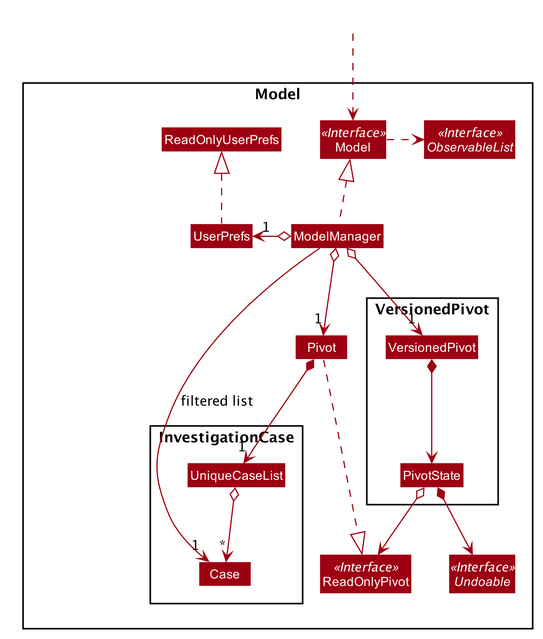
nus-cs2103-AY2021S1/tp keeps this PlantUML diagram as docs/images/ModelClassDiagram.png. Above is the earlier version.
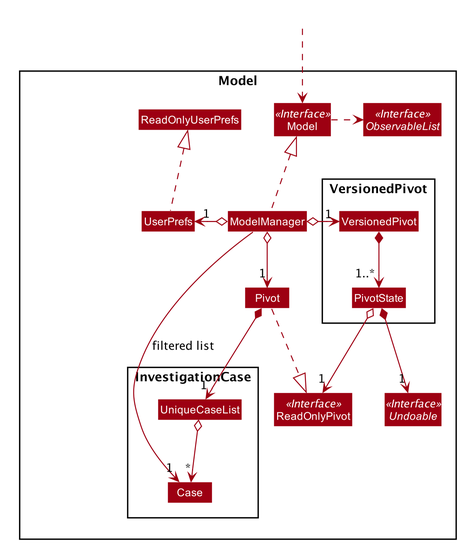
After the commit.

The edit, as a diff of the source:
```diff
@@ -87,16 +87,16 @@
 ModelManager .up.|> Model
 Model .right.> ObservableList
 ModelManager o--> "1" Pivot
-ModelManager o--> "1" VersionedPivot
+ModelManager o-> "1" VersionedPivot
 ModelManager o-left-> "1" UserPrefs
 UserPrefs .up.|> ReadOnlyUserPrefs
 
-VersionedPivot *--> PivotState
-PivotState o--> ReadOnlyPivot
-PivotState *--> Undoable
+VersionedPivot *--> "1..*" PivotState
+PivotState o--> "1" ReadOnlyPivot
+PivotState *--> "1" Undoable
 
 Pivot *--> "1" UniqueCaseList
 UniqueCaseList o--> "*" Case
 
-ModelManager -->"1" Case : filtered list
+ModelManager --> "1" Case : filtered list
 @enduml
```
